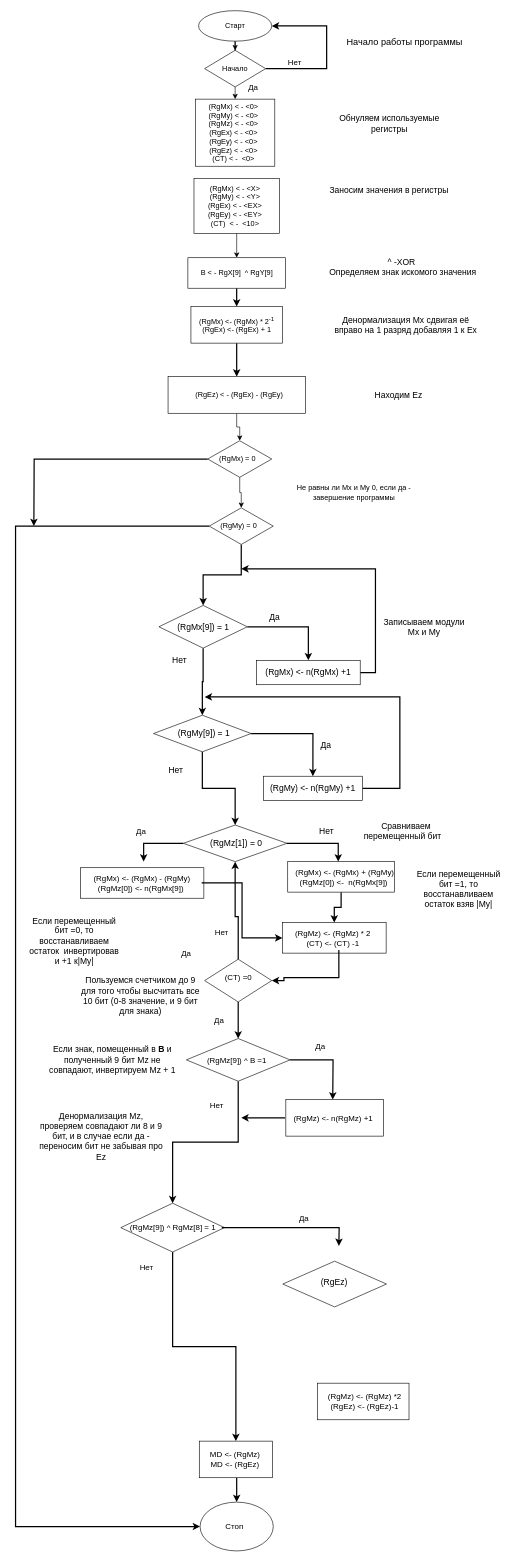
The draw.io diagram Untitled Diagram.drawio in Paremir/Asp.Net-1, before the edit. Source tidied: cells renumbered, new cells numbered last; positions are measured from the earlier drawing's top-left corner, leaving out a move shared by most shapes. Both pictures are drawn from the tidied source at 61%, with x=0, y=0 at pixel (15, 10).
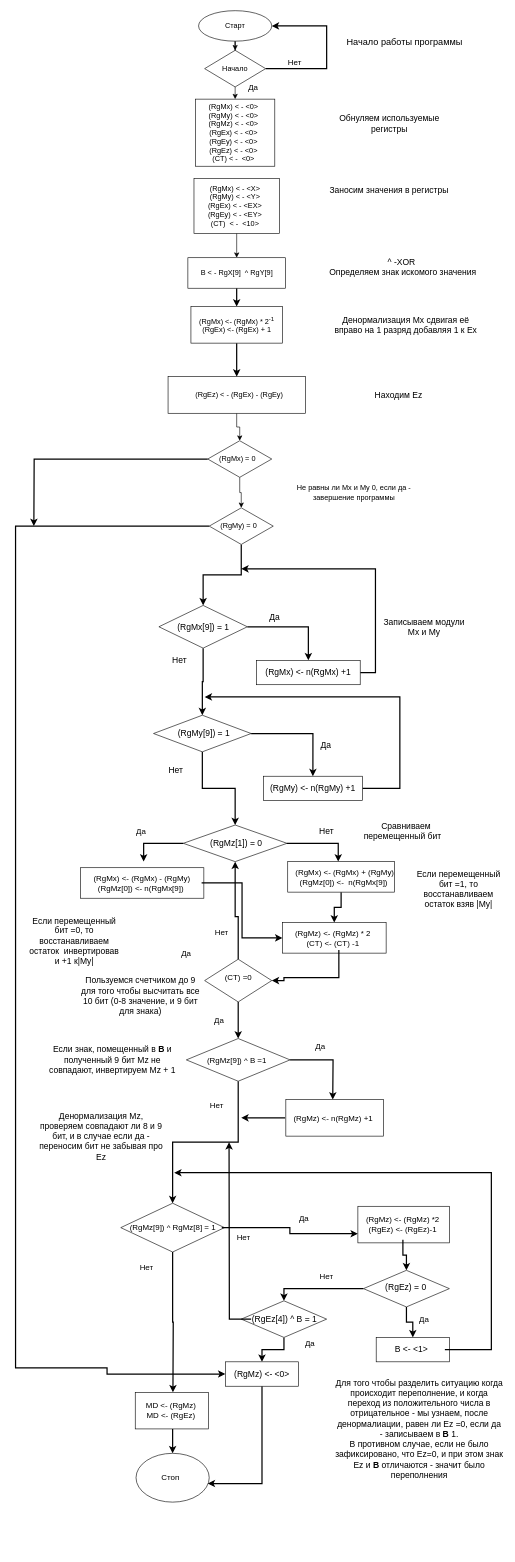
The same diagram, later.

The change refers to these unchanged cells:
```xml
<mxCell id="68" style="rhombus;whiteSpace=wrap;html=1;fontSize=13;" parent="1" vertex="1">
  <mxGeometry x="172.5" y="1955" width="170" height="80" as="geometry" />
</mxCell>
<mxCell id="70" value="(RgMz[9]) ^ RgMz[8] = 1" style="text;html=1;strokeColor=none;fillColor=none;align=center;verticalAlign=middle;whiteSpace=wrap;rounded=0;fontSize=13;" parent="1" vertex="1">
  <mxGeometry x="178.1" y="1970" width="160" height="50" as="geometry" />
</mxCell>
<mxCell id="102" style="rhombus;whiteSpace=wrap;html=1;" parent="1" vertex="1">
  <mxGeometry x="317.5" y="815" width="105" height="60" as="geometry" />
</mxCell>
```

Diff of the diagram source:
```diff
@@
-    <mxCell id="67" style="edgeStyle=orthogonalEdgeStyle;rounded=0;jettySize=auto;html=1;entryX=0.5;entryY=0;entryDx=0;entryDy=0;strokeWidth=2;fontSize=14;" parent="1" edge="1" source="68" target="74">
-      <mxGeometry relative="1" as="geometry" />
+    <mxCell id="67" style="edgeStyle=orthogonalEdgeStyle;rounded=0;jettySize=auto;html=1;strokeWidth=2;fontSize=14;" parent="1" edge="1" source="68">
+      <mxGeometry relative="1" as="geometry">
+        <mxPoint x="258" y="2265" as="targetPoint" />
+      </mxGeometry>
     </mxCell>
@@
-    <mxCell id="69" style="edgeStyle=orthogonalEdgeStyle;rounded=0;jettySize=auto;html=1;strokeWidth=2;fontSize=14;" parent="1" edge="1" source="70">
-      <mxGeometry relative="1" as="geometry">
-        <mxPoint x="530" y="2025" as="targetPoint" />
-      </mxGeometry>
-    </mxCell>
+    <mxCell id="111" style="edgeStyle=orthogonalEdgeStyle;rounded=0;jettySize=auto;html=1;entryX=0;entryY=0.75;entryDx=0;entryDy=0;strokeWidth=2;fontSize=14;" parent="1" edge="1" source="70" target="71">
+      <mxGeometry relative="1" as="geometry" />
+    </mxCell>
@@
     <mxCell id="71" style="rounded=0;whiteSpace=wrap;html=1;fontSize=13;" parent="1" vertex="1">
-      <mxGeometry x="495" y="2250" width="150" height="60" as="geometry" />
+      <mxGeometry x="561.2" y="1960" width="150" height="60" as="geometry" />
     </mxCell>
+    <mxCell id="112" style="edgeStyle=orthogonalEdgeStyle;rounded=0;jettySize=auto;html=1;entryX=0.5;entryY=0;entryDx=0;entryDy=0;strokeWidth=2;fontSize=14;" parent="1" edge="1" source="72" target="109">
+      <mxGeometry relative="1" as="geometry" />
+    </mxCell>
     <mxCell id="72" value="(RgMz) &amp;lt;- (RgMz) *2&lt;br&gt;(RgEz) &amp;lt;- (RgEz)-1" style="text;html=1;strokeColor=none;fillColor=none;align=center;verticalAlign=middle;whiteSpace=wrap;rounded=0;fontSize=13;" parent="1" vertex="1">
-      <mxGeometry x="495" y="2245" width="155" height="70" as="geometry" />
+      <mxGeometry x="570" y="1965" width="130" height="50" as="geometry" />
     </mxCell>
     <mxCell id="73" style="edgeStyle=orthogonalEdgeStyle;rounded=0;jettySize=auto;html=1;entryX=0.5;entryY=0;entryDx=0;entryDy=0;strokeWidth=2;fontSize=14;" parent="1" edge="1" source="74" target="76">
       <mxGeometry relative="1" as="geometry">
         <Array as="points">
-          <mxPoint x="363" y="2425" />
+          <mxPoint x="258" y="2345" />
         </Array>
       </mxGeometry>
     </mxCell>
     <mxCell id="74" style="rounded=0;whiteSpace=wrap;html=1;fontSize=13;" parent="1" vertex="1">
-      <mxGeometry x="301.2" y="2345" width="120" height="60" as="geometry" />
+      <mxGeometry x="196.2" y="2265" width="120" height="60" as="geometry" />
     </mxCell>
     <mxCell id="75" value="MD &amp;lt;- (RgMz)&lt;br&gt;MD &amp;lt;- (RgEz)" style="text;html=1;strokeColor=none;fillColor=none;align=center;verticalAlign=middle;whiteSpace=wrap;rounded=0;fontSize=13;" parent="1" vertex="1">
-      <mxGeometry x="305" y="2360" width="110" height="30" as="geometry" />
+      <mxGeometry x="200" y="2280" width="110" height="30" as="geometry" />
     </mxCell>
     <mxCell id="76" style="ellipse;whiteSpace=wrap;html=1;fontSize=13;" parent="1" vertex="1">
-      <mxGeometry x="302.5" y="2445" width="120" height="80" as="geometry" />
+      <mxGeometry x="197.5" y="2365" width="120" height="80" as="geometry" />
     </mxCell>
     <mxCell id="77" value="Стоп" style="text;html=1;strokeColor=none;fillColor=none;align=center;verticalAlign=middle;whiteSpace=wrap;rounded=0;fontSize=13;" parent="1" vertex="1">
-      <mxGeometry x="323.8" y="2475" width="70" height="20" as="geometry" />
+      <mxGeometry x="218.8" y="2395" width="70" height="20" as="geometry" />
     </mxCell>
@@
-    <mxCell id="101" style="edgeStyle=orthogonalEdgeStyle;rounded=0;jettySize=auto;html=1;entryX=0;entryY=0.5;entryDx=0;entryDy=0;strokeWidth=2;" parent="1" edge="1" source="102" target="76">
+    <mxCell id="101" style="edgeStyle=orthogonalEdgeStyle;rounded=0;jettySize=auto;html=1;strokeWidth=2;entryX=0;entryY=0.5;entryDx=0;entryDy=0;" parent="1" edge="1" source="102" target="123">
       <mxGeometry relative="1" as="geometry">
         <Array as="points">
           <mxPoint y="845" />
-          <mxPoint y="2485" />
+          <mxPoint y="2225" />
+          <mxPoint x="150" y="2225" />
+          <mxPoint x="150" y="2235" />
         </Array>
       </mxGeometry>
     </mxCell>
@@
+    <mxCell id="113" style="edgeStyle=orthogonalEdgeStyle;rounded=0;jettySize=auto;html=1;entryX=0.5;entryY=0;entryDx=0;entryDy=0;strokeWidth=2;fontSize=14;" parent="1" edge="1" source="109" target="115">
+      <mxGeometry relative="1" as="geometry" />
+    </mxCell>
+    <mxCell id="114" style="edgeStyle=orthogonalEdgeStyle;rounded=0;jettySize=auto;html=1;entryX=0.5;entryY=0;entryDx=0;entryDy=0;strokeWidth=2;fontSize=14;" parent="1" edge="1" source="109" target="119">
+      <mxGeometry relative="1" as="geometry" />
+    </mxCell>
     <mxCell id="109" style="rhombus;whiteSpace=wrap;html=1;fontSize=14;" parent="1" vertex="1">
-      <mxGeometry x="438.1" y="2050" width="170" height="75" as="geometry" />
+      <mxGeometry x="570.3" y="2065" width="140.9" height="60" as="geometry" />
     </mxCell>
-    <mxCell id="110" value="(RgEz)" style="text;html=1;strokeColor=none;fillColor=none;align=center;verticalAlign=middle;whiteSpace=wrap;rounded=0;fontSize=14;" parent="1" vertex="1">
-      <mxGeometry x="466.9" y="2065" width="111.2" height="40" as="geometry" />
+    <mxCell id="110" value="(RgEz) = 0" style="text;html=1;strokeColor=none;fillColor=none;align=center;verticalAlign=middle;whiteSpace=wrap;rounded=0;fontSize=14;" parent="1" vertex="1">
+      <mxGeometry x="599.1" y="2075" width="82.2" height="35" as="geometry" />
     </mxCell>
+    <mxCell id="115" style="rounded=0;whiteSpace=wrap;html=1;fontSize=14;" parent="1" vertex="1">
+      <mxGeometry x="591.2" y="2175" width="120" height="40" as="geometry" />
+    </mxCell>
+    <mxCell id="116" style="edgeStyle=orthogonalEdgeStyle;rounded=0;jettySize=auto;html=1;strokeWidth=2;fontSize=14;" parent="1" edge="1" source="117">
+      <mxGeometry relative="1" as="geometry">
+        <mxPoint x="260" y="1905" as="targetPoint" />
+        <Array as="points">
+          <mxPoint x="780" y="2195" />
+          <mxPoint x="780" y="1905" />
+        </Array>
+      </mxGeometry>
+    </mxCell>
+    <mxCell id="117" value="B &amp;lt;- &amp;lt;1&amp;gt;" style="text;html=1;strokeColor=none;fillColor=none;align=center;verticalAlign=middle;whiteSpace=wrap;rounded=0;fontSize=14;" parent="1" vertex="1">
+      <mxGeometry x="593.8" y="2185" width="110" height="20" as="geometry" />
+    </mxCell>
+    <mxCell id="118" style="edgeStyle=orthogonalEdgeStyle;rounded=0;jettySize=auto;html=1;entryX=0.5;entryY=0;entryDx=0;entryDy=0;strokeWidth=2;fontSize=14;" parent="1" edge="1" source="119" target="123">
+      <mxGeometry relative="1" as="geometry" />
+    </mxCell>
+    <mxCell id="119" style="rhombus;whiteSpace=wrap;html=1;fontSize=14;" parent="1" vertex="1">
+      <mxGeometry x="370" y="2115" width="140" height="60" as="geometry" />
+    </mxCell>
+    <mxCell id="120" style="edgeStyle=orthogonalEdgeStyle;rounded=0;jettySize=auto;html=1;strokeWidth=2;fontSize=14;" parent="1" edge="1" source="121">
+      <mxGeometry relative="1" as="geometry">
+        <mxPoint x="350" y="1855" as="targetPoint" />
+      </mxGeometry>
+    </mxCell>
+    <mxCell id="121" value="(RgEz[4]) ^ B = 1" style="text;html=1;strokeColor=none;fillColor=none;align=center;verticalAlign=middle;whiteSpace=wrap;rounded=0;fontSize=14;" parent="1" vertex="1">
+      <mxGeometry x="386.2" y="2135" width="110" height="20" as="geometry" />
+    </mxCell>
+    <mxCell id="122" style="edgeStyle=orthogonalEdgeStyle;rounded=0;jettySize=auto;html=1;strokeWidth=2;fontSize=14;entryX=0.979;entryY=0.619;entryDx=0;entryDy=0;entryPerimeter=0;" parent="1" edge="1" source="123" target="76">
+      <mxGeometry relative="1" as="geometry">
+        <Array as="points">
+          <mxPoint x="404" y="2415" />
+        </Array>
+      </mxGeometry>
+    </mxCell>
+    <mxCell id="123" style="rounded=0;whiteSpace=wrap;html=1;fontSize=14;" parent="1" vertex="1">
+      <mxGeometry x="344" y="2215" width="120" height="40" as="geometry" />
+    </mxCell>
+    <mxCell id="124" value="(RgMz) &amp;lt;- &amp;lt;0&amp;gt;" style="text;html=1;strokeColor=none;fillColor=none;align=center;verticalAlign=middle;whiteSpace=wrap;rounded=0;fontSize=14;" parent="1" vertex="1">
+      <mxGeometry x="349" y="2225" width="110" height="20" as="geometry" />
+    </mxCell>
+    <mxCell id="125" value="Да" style="text;html=1;strokeColor=none;fillColor=none;align=center;verticalAlign=middle;whiteSpace=wrap;rounded=0;fontSize=13;" parent="1" vertex="1">
+      <mxGeometry x="650" y="2135" width="40" height="20" as="geometry" />
+    </mxCell>
+    <mxCell id="126" value="Нет" style="text;html=1;strokeColor=none;fillColor=none;align=center;verticalAlign=middle;whiteSpace=wrap;rounded=0;fontSize=13;" parent="1" vertex="1">
+      <mxGeometry x="490" y="2065" width="40" height="20" as="geometry" />
+    </mxCell>
+    <mxCell id="127" value="Да" style="text;html=1;strokeColor=none;fillColor=none;align=center;verticalAlign=middle;whiteSpace=wrap;rounded=0;fontSize=13;" parent="1" vertex="1">
+      <mxGeometry x="462.5" y="2175" width="40" height="20" as="geometry" />
+    </mxCell>
+    <mxCell id="128" value="Нет" style="text;html=1;strokeColor=none;fillColor=none;align=center;verticalAlign=middle;whiteSpace=wrap;rounded=0;fontSize=13;" parent="1" vertex="1">
+      <mxGeometry x="353.8" y="2000" width="40" height="20" as="geometry" />
+    </mxCell>
+    <mxCell id="129" value="Для того чтобы разделить ситуацию когда происходит переполнение, и когда переход из положительного числа в отрицательное - мы узнаем, после денормалиации, равен ли Ez =0, если да - записываем в &lt;b&gt;B&lt;/b&gt; 1.&lt;br&gt;В противном случае, если не было зафиксировано, что Ez=0, и при этом знак Ez и &lt;b&gt;B&lt;/b&gt; отличаются - значит было переполнения" style="text;html=1;strokeColor=none;fillColor=none;align=center;verticalAlign=middle;whiteSpace=wrap;rounded=0;fontSize=14;" parent="1" vertex="1">
+      <mxGeometry x="522.5" y="2225" width="277.5" height="200" as="geometry" />
+    </mxCell>
```
